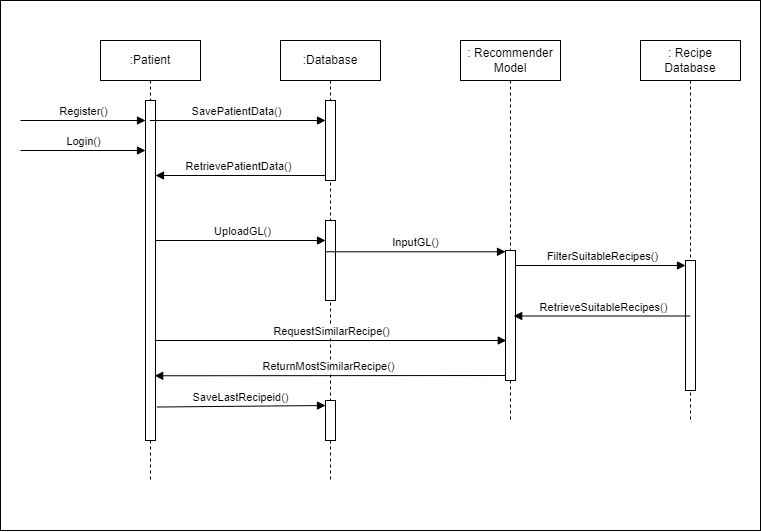
The draw.io diagram SequenceDiagram.drawio.png in MutonyiLewis/DiabetesRecipes, before a commit. Source tidied: cells renumbered, new cells last; positions are measured from the earlier drawing's top-left corner, leaving out a move shared by most shapes. Its diagram source:
```xml
<mxGraphModel>
  <root>
    <mxCell id="0" />
    <mxCell id="1" parent="0" />
    <mxCell id="2" style="rounded=0;whiteSpace=wrap;html=1;" parent="1" vertex="1">
      <mxGeometry width="760" height="530" as="geometry" />
    </mxCell>
    <mxCell id="3" value=":Patient" style="shape=umlLifeline;perimeter=lifelinePerimeter;whiteSpace=wrap;html=1;outlineConnect=0;portConstraint=eastwest;newEdgeStyle={&quot;curved&quot;:0,&quot;rounded&quot;:0};" parent="1" vertex="1">
      <mxGeometry x="100" y="40" width="100" height="440" as="geometry" />
    </mxCell>
    <mxCell id="4" style="html=1;points=[[0,0,0,0,5],[0,1,0,0,-5],[1,0,0,0,5],[1,1,0,0,-5]];perimeter=orthogonalPerimeter;outlineConnect=0;targetShapes=umlLifeline;portConstraint=eastwest;newEdgeStyle={&quot;curved&quot;:0,&quot;rounded&quot;:0};" parent="3" vertex="1">
      <mxGeometry x="45" y="60" width="10" height="340" as="geometry" />
    </mxCell>
    <mxCell id="5" value=":Database" style="shape=umlLifeline;perimeter=lifelinePerimeter;whiteSpace=wrap;html=1;newEdgeStyle={&quot;curved&quot;:0,&quot;rounded&quot;:0};" parent="1" vertex="1">
      <mxGeometry x="280" y="40" width="100" height="440" as="geometry" />
    </mxCell>
    <mxCell id="6" style="html=1;points=[[0,0,0,0,5],[0,1,0,0,-5],[1,0,0,0,5],[1,1,0,0,-5]];perimeter=orthogonalPerimeter;outlineConnect=0;targetShapes=umlLifeline;portConstraint=eastwest;newEdgeStyle={&quot;curved&quot;:0,&quot;rounded&quot;:0};" parent="5" vertex="1">
      <mxGeometry x="45" y="60" width="10" height="80" as="geometry" />
    </mxCell>
    <mxCell id="7" style="html=1;points=[[0,0,0,0,5],[0,1,0,0,-5],[1,0,0,0,5],[1,1,0,0,-5]];perimeter=orthogonalPerimeter;outlineConnect=0;targetShapes=umlLifeline;portConstraint=eastwest;newEdgeStyle={&quot;curved&quot;:0,&quot;rounded&quot;:0};" parent="5" vertex="1">
      <mxGeometry x="45" y="180" width="10" height="80" as="geometry" />
    </mxCell>
    <mxCell id="8" style="html=1;points=[[0,0,0,0,5],[0,1,0,0,-5],[1,0,0,0,5],[1,1,0,0,-5]];perimeter=orthogonalPerimeter;outlineConnect=0;targetShapes=umlLifeline;portConstraint=eastwest;newEdgeStyle={&quot;curved&quot;:0,&quot;rounded&quot;:0};" parent="5" vertex="1">
      <mxGeometry x="45" y="360" width="10" height="40" as="geometry" />
    </mxCell>
    <mxCell id="9" value=": Recommender&lt;br&gt;Model" style="shape=umlLifeline;perimeter=lifelinePerimeter;whiteSpace=wrap;html=1;outlineConnect=0;portConstraint=eastwest;newEdgeStyle={&quot;curved&quot;:0,&quot;rounded&quot;:0};" parent="1" vertex="1">
      <mxGeometry x="460" y="40" width="100" height="380" as="geometry" />
    </mxCell>
    <mxCell id="10" style="html=1;points=[[0,0,0,0,5],[0,1,0,0,-5],[1,0,0,0,5],[1,1,0,0,-5]];perimeter=orthogonalPerimeter;outlineConnect=0;targetShapes=umlLifeline;portConstraint=eastwest;newEdgeStyle={&quot;curved&quot;:0,&quot;rounded&quot;:0};" parent="9" vertex="1">
      <mxGeometry x="45" y="210" width="10" height="130" as="geometry" />
    </mxCell>
    <mxCell id="11" value=": Recipe Database" style="shape=umlLifeline;perimeter=lifelinePerimeter;whiteSpace=wrap;html=1;outlineConnect=0;portConstraint=eastwest;newEdgeStyle={&quot;curved&quot;:0,&quot;rounded&quot;:0};" parent="1" vertex="1">
      <mxGeometry x="640" y="40" width="100" height="380" as="geometry" />
    </mxCell>
    <mxCell id="12" style="html=1;points=[[0,0,0,0,5],[0,1,0,0,-5],[1,0,0,0,5],[1,1,0,0,-5]];perimeter=orthogonalPerimeter;outlineConnect=0;targetShapes=umlLifeline;portConstraint=eastwest;newEdgeStyle={&quot;curved&quot;:0,&quot;rounded&quot;:0};" parent="11" vertex="1">
      <mxGeometry x="45" y="220" width="10" height="130" as="geometry" />
    </mxCell>
    <mxCell id="13" value="Register()" style="html=1;verticalAlign=bottom;endArrow=block;curved=0;rounded=0;" parent="1" edge="1" target="4">
      <mxGeometry relative="1" as="geometry">
        <mxPoint x="20" y="120" as="sourcePoint" />
      </mxGeometry>
    </mxCell>
    <mxCell id="14" value="Login()" style="html=1;verticalAlign=bottom;endArrow=block;curved=0;rounded=0;" parent="1" edge="1" target="4">
      <mxGeometry relative="1" as="geometry">
        <mxPoint x="20" y="150" as="sourcePoint" />
      </mxGeometry>
    </mxCell>
    <mxCell id="15" value="SavePatientData()" style="html=1;verticalAlign=bottom;endArrow=block;curved=0;rounded=0;" parent="1" edge="1">
      <mxGeometry relative="1" as="geometry">
        <mxPoint x="149.3" y="120" as="sourcePoint" />
        <mxPoint x="325" y="120" as="targetPoint" />
      </mxGeometry>
    </mxCell>
    <mxCell id="16" value="RetrievePatientData()" style="html=1;verticalAlign=bottom;endArrow=block;curved=0;rounded=0;exitX=0;exitY=1;exitDx=0;exitDy=-5;exitPerimeter=0;" parent="1" edge="1" source="6" target="4">
      <mxGeometry relative="1" as="geometry" />
    </mxCell>
    <mxCell id="17" value="UploadGL()" style="html=1;verticalAlign=bottom;endArrow=block;curved=0;rounded=0;" parent="1" edge="1" source="4">
      <mxGeometry relative="1" as="geometry">
        <mxPoint x="325" y="240" as="targetPoint" />
      </mxGeometry>
    </mxCell>
    <mxCell id="18" value="InputGL()" style="html=1;verticalAlign=bottom;endArrow=block;curved=0;rounded=0;exitX=-0.018;exitY=0.391;exitDx=0;exitDy=0;exitPerimeter=0;" parent="1" edge="1" source="7" target="10">
      <mxGeometry relative="1" as="geometry" />
    </mxCell>
    <mxCell id="19" value="FilterSuitableRecipes()" style="html=1;verticalAlign=bottom;endArrow=block;curved=0;rounded=0;entryX=0;entryY=0;entryDx=0;entryDy=5;entryPerimeter=0;" parent="1" edge="1" source="10" target="12">
      <mxGeometry relative="1" as="geometry" />
    </mxCell>
    <mxCell id="20" value="RetrieveSuitableRecipes()" style="html=1;verticalAlign=bottom;endArrow=block;curved=0;rounded=0;entryX=0.532;entryY=0.725;entryDx=0;entryDy=0;entryPerimeter=0;" parent="1" edge="1" source="11" target="9">
      <mxGeometry relative="1" as="geometry" />
    </mxCell>
    <mxCell id="21" value="RequestSimilarRecipe()" style="html=1;verticalAlign=bottom;endArrow=block;curved=0;rounded=0;entryX=0.151;entryY=0.858;entryDx=0;entryDy=0;entryPerimeter=0;" parent="1" edge="1">
      <mxGeometry relative="1" as="geometry">
        <mxPoint x="154.2" y="340" as="sourcePoint" />
        <mxPoint x="505.8" y="340" as="targetPoint" />
      </mxGeometry>
    </mxCell>
    <mxCell id="22" value="ReturnMostSimilarRecipe()" style="html=1;verticalAlign=bottom;endArrow=block;curved=0;rounded=0;entryX=0.542;entryY=0.762;entryDx=0;entryDy=0;entryPerimeter=0;exitX=0;exitY=1;exitDx=0;exitDy=-5;exitPerimeter=0;" parent="1" edge="1" source="10" target="3">
      <mxGeometry relative="1" as="geometry" />
    </mxCell>
    <mxCell id="23" value="SaveLastRecipeid()" style="html=1;verticalAlign=bottom;endArrow=block;curved=0;rounded=0;entryX=0;entryY=0;entryDx=0;entryDy=5;entryPerimeter=0;exitX=0.564;exitY=0.833;exitDx=0;exitDy=0;exitPerimeter=0;" parent="1" edge="1" source="3" target="8">
      <mxGeometry relative="1" as="geometry" />
    </mxCell>
  </root>
</mxGraphModel>
```
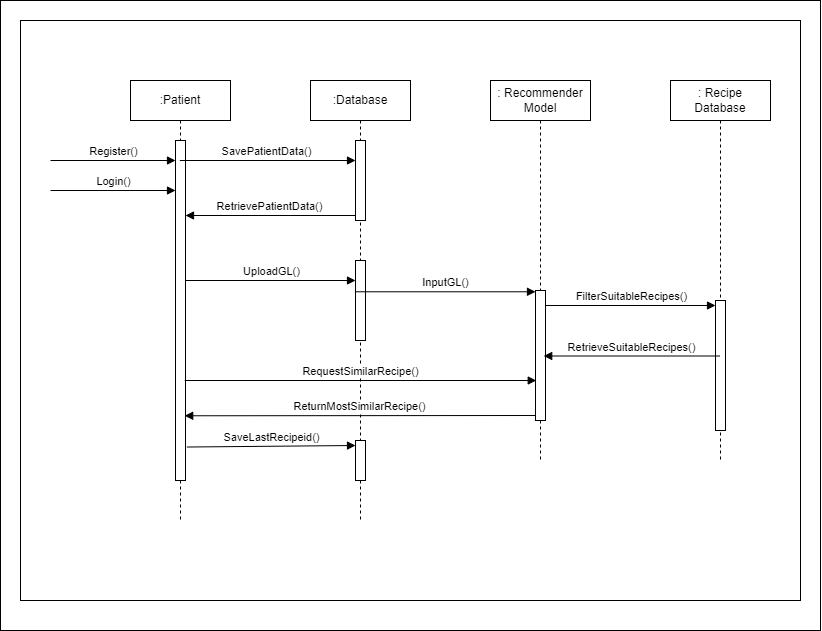
The same diagram one commit later.

What changed in the source:
```diff
@@ -3,8 +3,11 @@
     <mxCell id="0" />
     <mxCell id="1" parent="0" />
     <mxCell id="2" style="rounded=0;whiteSpace=wrap;html=1;" parent="1" vertex="1">
-      <mxGeometry width="760" height="530" as="geometry" />
+      <mxGeometry x="-30" y="-40" width="820" height="630" as="geometry" />
     </mxCell>
+    <mxCell id="24" style="rounded=0;whiteSpace=wrap;html=1;" parent="1" vertex="1">
+      <mxGeometry x="-10" y="-20" width="780" height="580" as="geometry" />
+    </mxCell>
     <mxCell id="3" value=":Patient" style="shape=umlLifeline;perimeter=lifelinePerimeter;whiteSpace=wrap;html=1;outlineConnect=0;portConstraint=eastwest;newEdgeStyle={&quot;curved&quot;:0,&quot;rounded&quot;:0};" parent="1" vertex="1">
       <mxGeometry x="100" y="40" width="100" height="440" as="geometry" />
     </mxCell>
```
